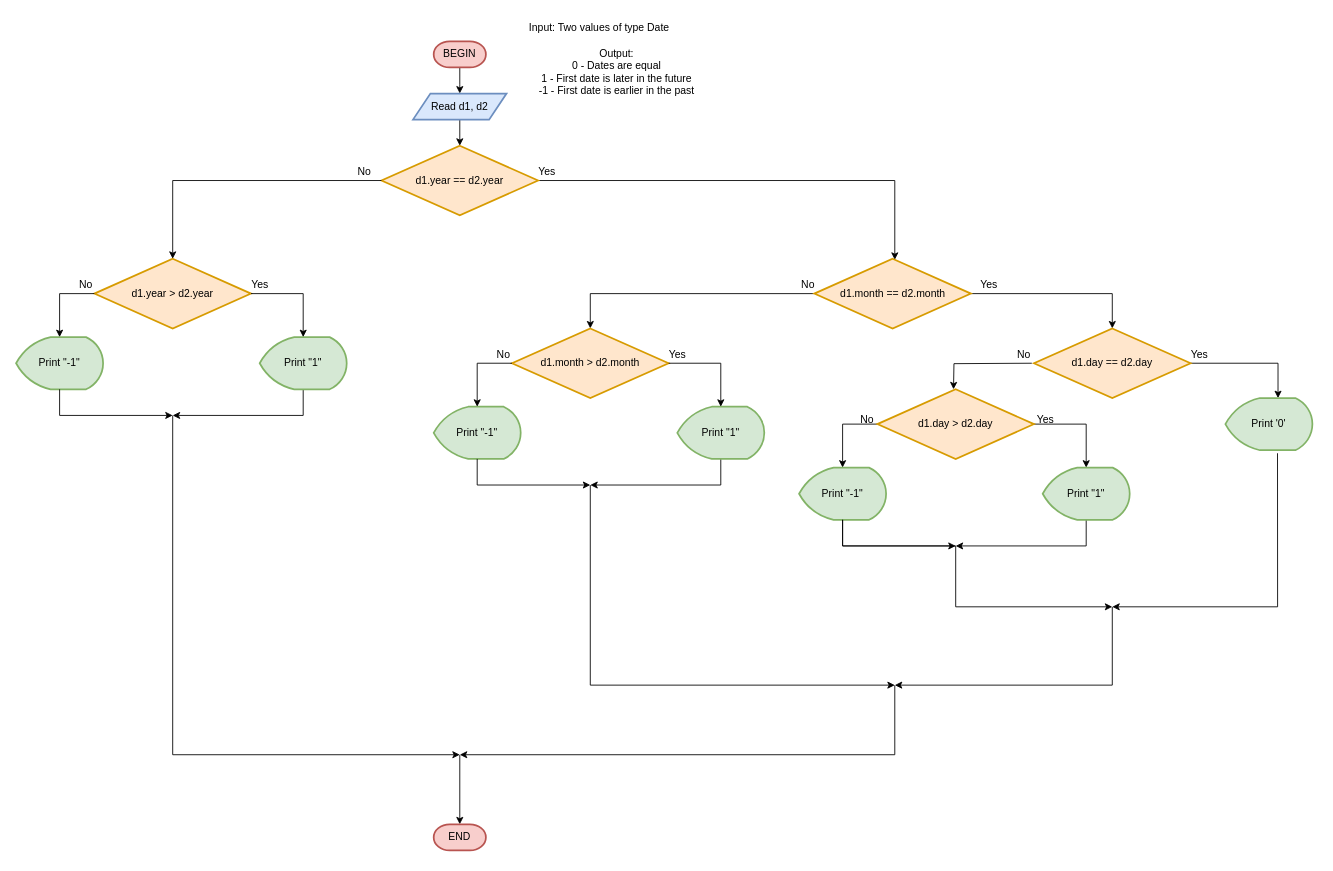
Earlier version of the draw.io diagram Date_equal_alg.drawio (omomot/ISC_proj2). Source tidied: cells renumbered, new cells numbered last; positions are measured from the earlier drawing's top-left corner, leaving out a move shared by most shapes. Both pictures are drawn from the tidied source at 87%, with x=0, y=0 at pixel (16, 15).
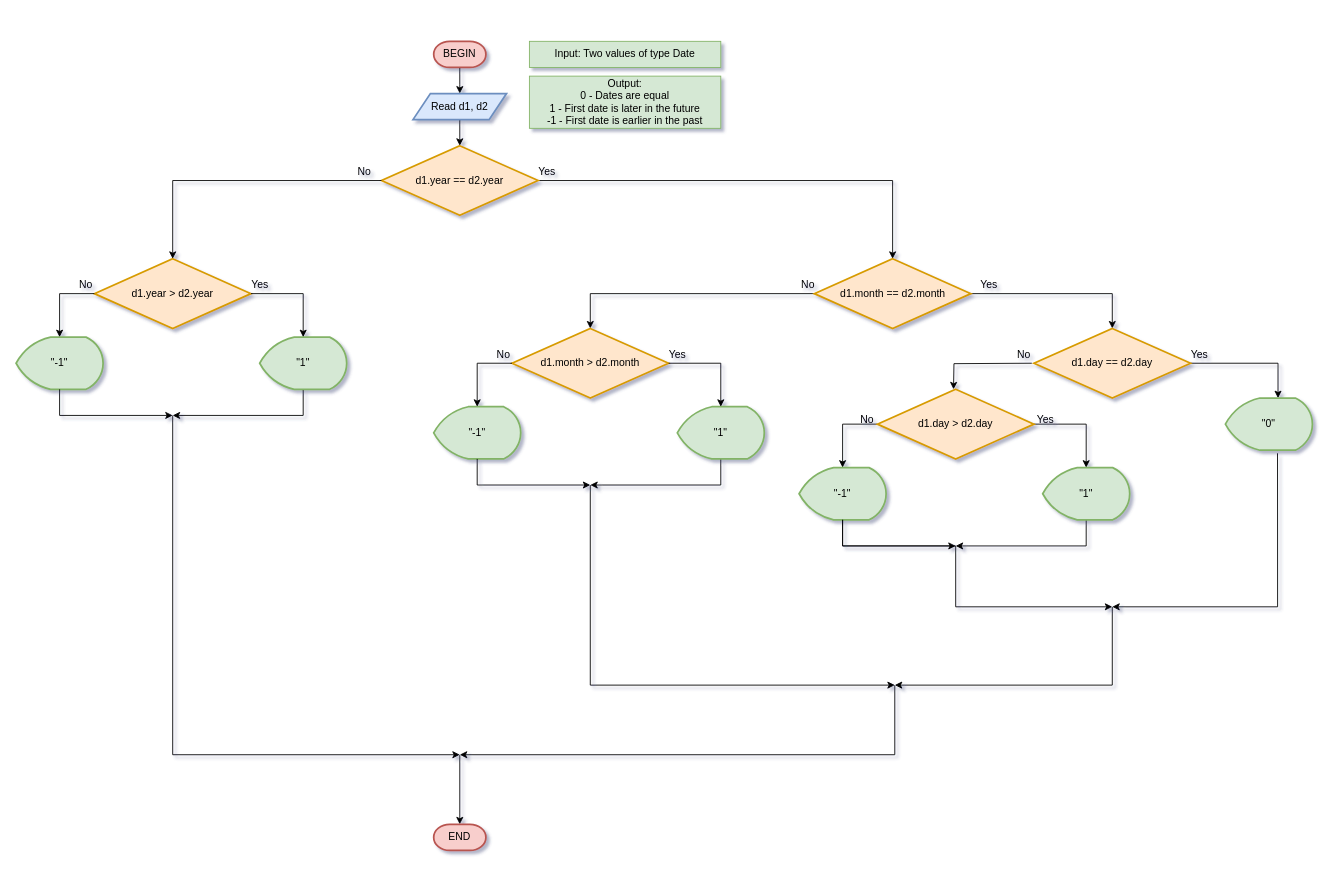
The same diagram, later.

Unchanged cells that the change refers to:
```xml
<mxCell id="8" value="d1.year == d2.year" style="rhombus;whiteSpace=wrap;html=1;strokeWidth=2;fillColor=#ffe6cc;strokeColor=#d79b00;" parent="1" vertex="1">
  <mxGeometry x="420" y="150" width="180" height="80" as="geometry" />
</mxCell>
<mxCell id="11" value="d1.month == d2.month" style="rhombus;whiteSpace=wrap;html=1;strokeWidth=2;fillColor=#ffe6cc;strokeColor=#d79b00;" parent="1" vertex="1">
  <mxGeometry x="917.5" y="280" width="180" height="80" as="geometry" />
</mxCell>
```

What changed in the source:
```diff
@@
-<mxGraphModel>
+<mxGraphModel shadow="1">
@@
-    <mxCell id="6" value="Input: Two values of type Date" style="text;html=1;align=center;verticalAlign=middle;strokeColor=none;fillColor=none;" parent="1" vertex="1">
-      <mxGeometry x="580" width="180" height="30" as="geometry" />
-    </mxCell>
-    <mxCell id="7" style="edgeStyle=orthogonalEdgeStyle;rounded=0;jettySize=auto;html=1;exitX=1;exitY=0.5;exitDx=0;exitDy=0;" parent="1" edge="1" source="8" target="11">
+    <mxCell id="7" style="edgeStyle=orthogonalEdgeStyle;rounded=0;jettySize=auto;html=1;exitX=1;exitY=0.5;exitDx=0;exitDy=0;entryX=0.5;entryY=0;entryDx=0;entryDy=0;" parent="1" edge="1" source="8" target="11">
       <mxGeometry relative="1" as="geometry">
         <Array as="points">
-          <mxPoint x="1010" y="190" />
+          <mxPoint x="1008" y="190" />
+          <mxPoint x="1008" y="280" />
         </Array>
       </mxGeometry>
     </mxCell>
@@
-    <mxCell id="17" value="Print '0'" style="strokeWidth=2;html=1;shape=mxgraph.flowchart.display;whiteSpace=wrap;fillColor=#d5e8d4;strokeColor=#82b366;" parent="1" vertex="1">
+    <mxCell id="17" value="&quot;0&quot;" style="strokeWidth=2;html=1;shape=mxgraph.flowchart.display;whiteSpace=wrap;fillColor=#d5e8d4;strokeColor=#82b366;" parent="1" vertex="1">
       <mxGeometry x="1390" y="440" width="100" height="60" as="geometry" />
     </mxCell>
@@
-    <mxCell id="24" value="Print &quot;1&quot;" style="strokeWidth=2;html=1;shape=mxgraph.flowchart.display;whiteSpace=wrap;fillColor=#d5e8d4;strokeColor=#82b366;" parent="1" vertex="1">
+    <mxCell id="24" value="&quot;1&quot;" style="strokeWidth=2;html=1;shape=mxgraph.flowchart.display;whiteSpace=wrap;fillColor=#d5e8d4;strokeColor=#82b366;" parent="1" vertex="1">
       <mxGeometry x="1180" y="520" width="100" height="60" as="geometry" />
     </mxCell>
@@
-    <mxCell id="27" value="Print &quot;-1&quot;" style="strokeWidth=2;html=1;shape=mxgraph.flowchart.display;whiteSpace=wrap;fillColor=#d5e8d4;strokeColor=#82b366;" parent="1" vertex="1">
+    <mxCell id="27" value="&quot;-1&quot;" style="strokeWidth=2;html=1;shape=mxgraph.flowchart.display;whiteSpace=wrap;fillColor=#d5e8d4;strokeColor=#82b366;" parent="1" vertex="1">
       <mxGeometry x="900" y="520" width="100" height="60" as="geometry" />
     </mxCell>
@@
-    <mxCell id="35" value="Print &quot;1&quot;" style="strokeWidth=2;html=1;shape=mxgraph.flowchart.display;whiteSpace=wrap;fillColor=#d5e8d4;strokeColor=#82b366;" parent="1" vertex="1">
+    <mxCell id="35" value="&quot;1&quot;" style="strokeWidth=2;html=1;shape=mxgraph.flowchart.display;whiteSpace=wrap;fillColor=#d5e8d4;strokeColor=#82b366;" parent="1" vertex="1">
       <mxGeometry x="760" y="450" width="100" height="60" as="geometry" />
     </mxCell>
@@
-    <mxCell id="37" value="Print &quot;-1&quot;" style="strokeWidth=2;html=1;shape=mxgraph.flowchart.display;whiteSpace=wrap;fillColor=#d5e8d4;strokeColor=#82b366;" parent="1" vertex="1">
+    <mxCell id="37" value="&quot;-1&quot;" style="strokeWidth=2;html=1;shape=mxgraph.flowchart.display;whiteSpace=wrap;fillColor=#d5e8d4;strokeColor=#82b366;" parent="1" vertex="1">
       <mxGeometry x="480" y="450" width="100" height="60" as="geometry" />
     </mxCell>
@@
-    <mxCell id="47" value="Print &quot;1&quot;" style="strokeWidth=2;html=1;shape=mxgraph.flowchart.display;whiteSpace=wrap;fillColor=#d5e8d4;strokeColor=#82b366;" parent="1" vertex="1">
+    <mxCell id="47" value="&quot;1&quot;" style="strokeWidth=2;html=1;shape=mxgraph.flowchart.display;whiteSpace=wrap;fillColor=#d5e8d4;strokeColor=#82b366;" parent="1" vertex="1">
       <mxGeometry x="280" y="370" width="100" height="60" as="geometry" />
     </mxCell>
@@
-    <mxCell id="49" value="Print &quot;-1&quot;" style="strokeWidth=2;html=1;shape=mxgraph.flowchart.display;whiteSpace=wrap;fillColor=#d5e8d4;strokeColor=#82b366;" parent="1" vertex="1">
+    <mxCell id="49" value="&quot;-1&quot;" style="strokeWidth=2;html=1;shape=mxgraph.flowchart.display;whiteSpace=wrap;fillColor=#d5e8d4;strokeColor=#82b366;" parent="1" vertex="1">
       <mxGeometry y="370" width="100" height="60" as="geometry" />
     </mxCell>
@@
+    <mxCell id="6" value="Input: Two values of type Date" style="text;html=1;strokeColor=#82b366;fillColor=#d5e8d4;align=center;verticalAlign=middle;whiteSpace=wrap;rounded=0;" parent="1" vertex="1">
+      <mxGeometry x="590" y="30" width="220" height="30" as="geometry" />
+    </mxCell>
-    <mxCell id="61" value="&lt;div&gt;Output:&lt;/div&gt;&lt;div&gt;0 - Dates are equal&lt;/div&gt;&lt;div&gt;1 - First date is later in the future&lt;/div&gt;&lt;div&gt;-1 - First date is earlier in the past&lt;br&gt;&lt;/div&gt;" style="text;html=1;align=center;verticalAlign=middle;strokeColor=none;fillColor=none;" parent="1" vertex="1">
-      <mxGeometry x="590" y="30" width="200" height="70" as="geometry" />
+    <mxCell id="61" value="&lt;div&gt;Output:&lt;/div&gt;&lt;div&gt;0 - Dates are equal&lt;/div&gt;&lt;div&gt;1 - First date is later in the future&lt;/div&gt;&lt;div&gt;-1 - First date is earlier in the past&lt;br&gt;&lt;/div&gt;" style="text;html=1;strokeColor=#82b366;fillColor=#d5e8d4;align=center;verticalAlign=middle;whiteSpace=wrap;rounded=0;" parent="1" vertex="1">
+      <mxGeometry x="590" y="70" width="220" height="60" as="geometry" />
     </mxCell>
```
